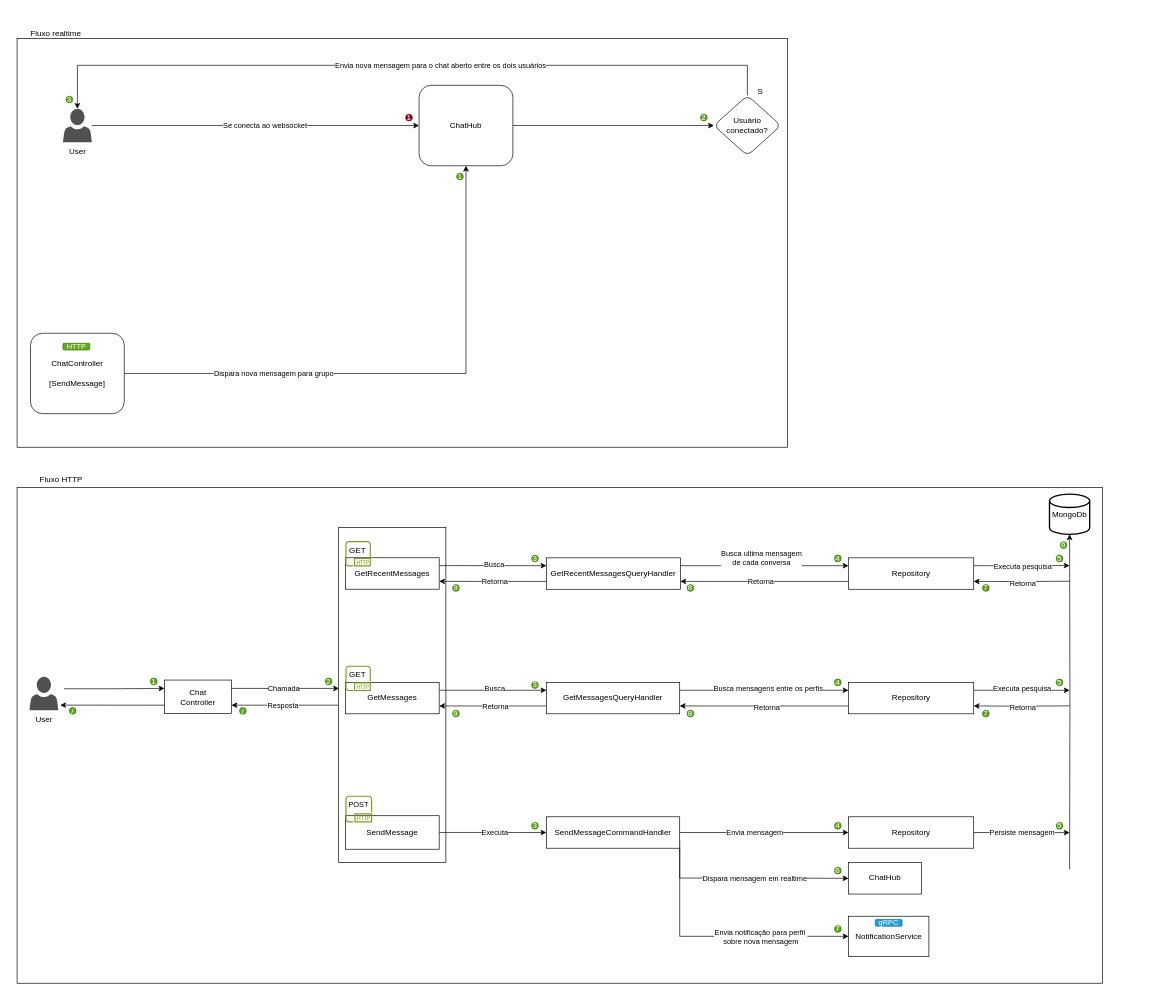
The draw.io diagram page "ChatService" (15 of 35) of Architecture.drawio in AlanEdward19/ShapeUp, before the edit. Source tidied: cells renumbered, new cells numbered last; positions are measured from the earlier drawing's top-left corner, leaving out a move shared by most shapes. Both pictures are drawn from the tidied source at 67%, with x=0, y=0 at pixel (11, 23).
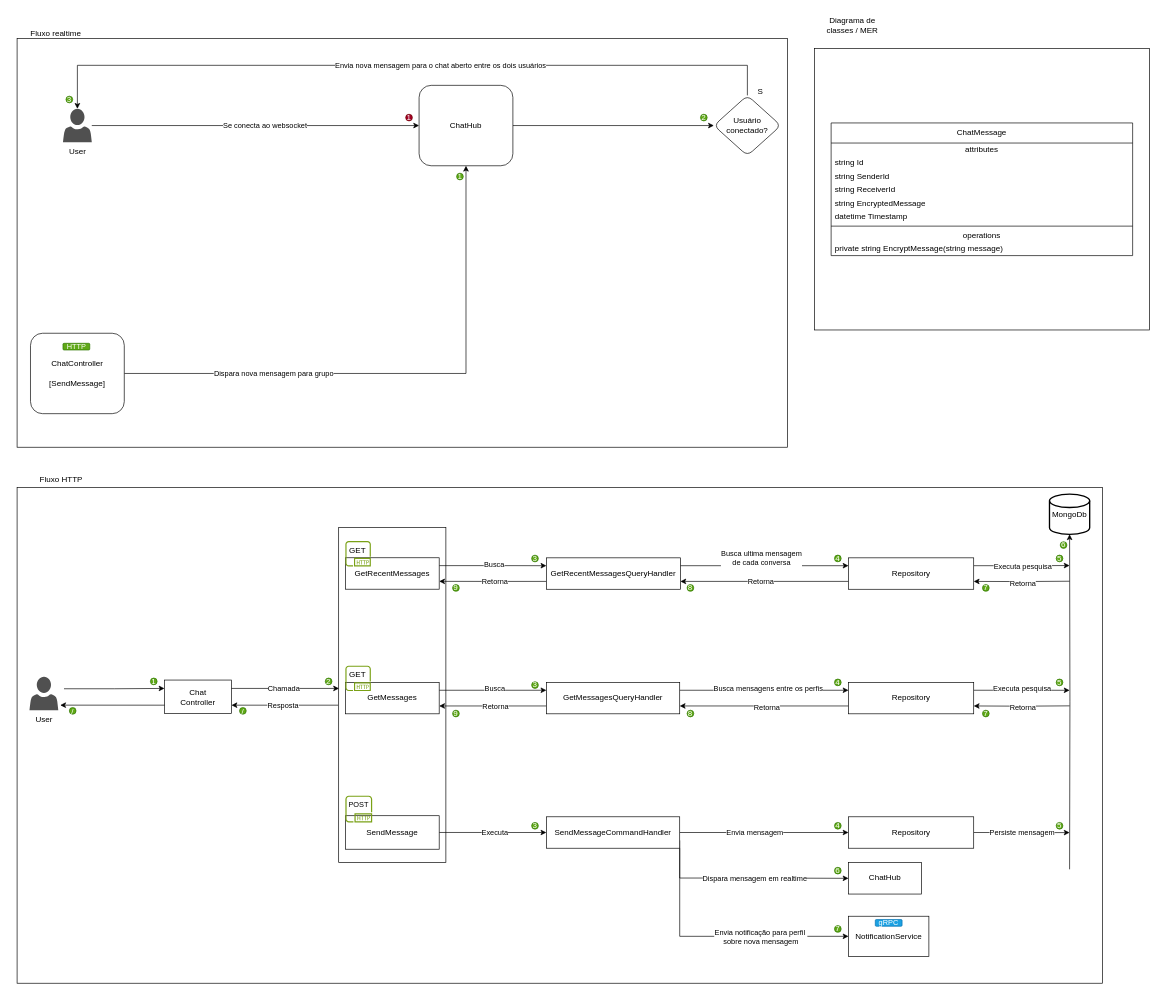
The same page after the edit.

Commit message:
MER and UML ChatService

Diff of the diagram source:
```diff
@@
+    <mxCell id="114" style="whiteSpace=wrap;html=1;fillColor=none;" parent="1" vertex="1">
+      <mxGeometry x="1198" y="38" width="500" height="420" as="geometry" />
+    </mxCell>
+    <mxCell id="115" value="&lt;div style=&quot;text-align: center;&quot;&gt;Diagrama de classes / MER&lt;/div&gt;" style="text;whiteSpace=wrap;html=1;" parent="1" vertex="1">
+      <mxGeometry x="1199.4" y="-17" width="110" height="40" as="geometry" />
+    </mxCell>
+    <mxCell id="116" value="ChatMessage" style="swimlane;fontStyle=0;align=center;verticalAlign=top;horizontal=1;startSize=30;html=1;whiteSpace=wrap;" parent="1" vertex="1">
+      <mxGeometry x="1223" y="149" width="450" height="198" as="geometry" />
+    </mxCell>
+    <mxCell id="117" value="attributes" style="text;html=1;strokeColor=none;fillColor=none;align=center;verticalAlign=middle;spacingLeft=4;spacingRight=4;overflow=hidden;whiteSpace=wrap;" parent="116" vertex="1">
+      <mxGeometry y="30" width="450" height="20" as="geometry" />
+    </mxCell>
+    <mxCell id="118" value="string Id" style="text;html=1;strokeColor=none;fillColor=none;align=left;verticalAlign=middle;spacingLeft=4;spacingRight=4;overflow=hidden;whiteSpace=wrap;" parent="116" vertex="1">
+      <mxGeometry y="50" width="450" height="20" as="geometry" />
+    </mxCell>
+    <mxCell id="119" value="string SenderId" style="text;html=1;strokeColor=none;fillColor=none;align=left;verticalAlign=middle;spacingLeft=4;spacingRight=4;overflow=hidden;whiteSpace=wrap;" parent="116" vertex="1">
+      <mxGeometry y="70" width="450" height="20" as="geometry" />
+    </mxCell>
+    <mxCell id="120" value="string ReceiverId" style="text;html=1;strokeColor=none;fillColor=none;align=left;verticalAlign=middle;spacingLeft=4;spacingRight=4;overflow=hidden;whiteSpace=wrap;" parent="116" vertex="1">
+      <mxGeometry y="90" width="450" height="20" as="geometry" />
+    </mxCell>
+    <mxCell id="121" value="string EncryptedMessage" style="text;html=1;strokeColor=none;fillColor=none;align=left;verticalAlign=middle;spacingLeft=4;spacingRight=4;overflow=hidden;whiteSpace=wrap;" parent="116" vertex="1">
+      <mxGeometry y="110" width="450" height="20" as="geometry" />
+    </mxCell>
+    <mxCell id="122" value="datetime Timestamp" style="text;html=1;strokeColor=none;fillColor=none;align=left;verticalAlign=middle;spacingLeft=4;spacingRight=4;overflow=hidden;whiteSpace=wrap;" parent="116" vertex="1">
+      <mxGeometry y="130" width="450" height="20" as="geometry" />
+    </mxCell>
+    <mxCell id="123" style="line;strokeWidth=1;fillColor=none;align=left;verticalAlign=middle;spacingTop=-1;spacingLeft=3;spacingRight=3;labelPosition=right;" parent="116" vertex="1">
+      <mxGeometry y="150" width="450" height="8" as="geometry" />
+    </mxCell>
+    <mxCell id="124" value="operations" style="text;html=1;strokeColor=none;fillColor=none;align=center;verticalAlign=middle;spacingLeft=4;spacingRight=4;overflow=hidden;whiteSpace=wrap;" parent="116" vertex="1">
+      <mxGeometry y="158" width="450" height="20" as="geometry" />
+    </mxCell>
+    <mxCell id="125" value="private string EncryptMessage(string message)" style="text;html=1;strokeColor=none;fillColor=none;align=left;verticalAlign=middle;spacingLeft=4;spacingRight=4;overflow=hidden;whiteSpace=wrap;" parent="116" vertex="1">
+      <mxGeometry y="178" width="450" height="20" as="geometry" />
+    </mxCell>
```
